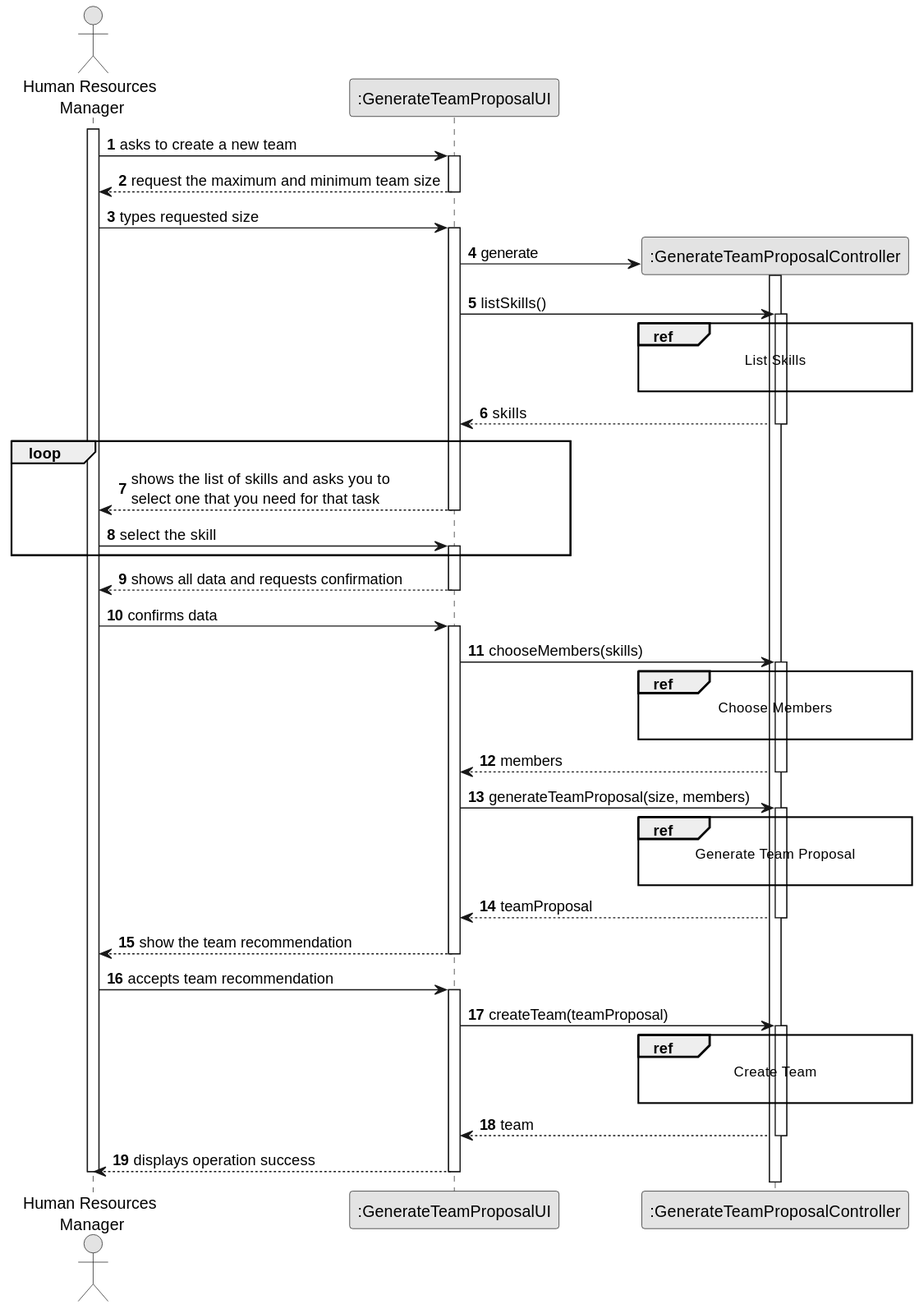
diogoveirospro/lei-24-s2-1dg-g072 keeps this PlantUML diagram as docs/sprintB/us005/03.design/svg/us005-sequence-diagram-split.svg. Above is the earlier version. Its diagram source:
```plantuml
@startuml
skinparam monochrome true
skinparam packageStyle rectangle
skinparam shadowing false

autonumber

actor "Human Resources\n Manager" as HRM
participant ":GenerateTeamProposalUI" as UI
participant ":GenerateTeamProposalController" as CTRL

activate HRM

    HRM -> UI : asks to create a new team
    activate UI

        UI --> HRM : request the maximum and minimum team size
    deactivate UI

    HRM -> UI : types requested size
    activate UI

        UI -> CTRL** : generate
        activate CTRL

        UI -> CTRL : listSkills()
        activate CTRL

            ref over CTRL
                List Skills

            end

            CTRL --> UI : skills
        deactivate CTRL

    loop
        UI --> HRM: shows the list of skills and asks you to \nselect one that you need for that task
    deactivate UI

    HRM -> UI: select the skill
    activate UI

    end

        UI --> HRM: shows all data and requests confirmation
    deactivate UI

    HRM -> UI: confirms data
    activate UI

        UI -> CTRL: chooseMembers(skills)
        activate CTRL

            ref over CTRL
                Choose Members

            end

            CTRL --> UI: members
        deactivate CTRL

        UI -> CTRL: generateTeamProposal(size, members)
        activate CTRL

            ref over CTRL
                Generate Team Proposal

            end

            CTRL --> UI: teamProposal
        deactivate CTRL

        UI --> HRM: show the team recommendation
    deactivate UI

    HRM -> UI: accepts team recommendation
    activate UI

        UI -> CTRL: createTeam(teamProposal)
        activate CTRL

            ref over CTRL
                Create Team

            end

            CTRL --> UI: team
        deactivate CTRL

        UI --> HRM: displays operation success
    deactivate UI

deactivate HRM
@enduml
```
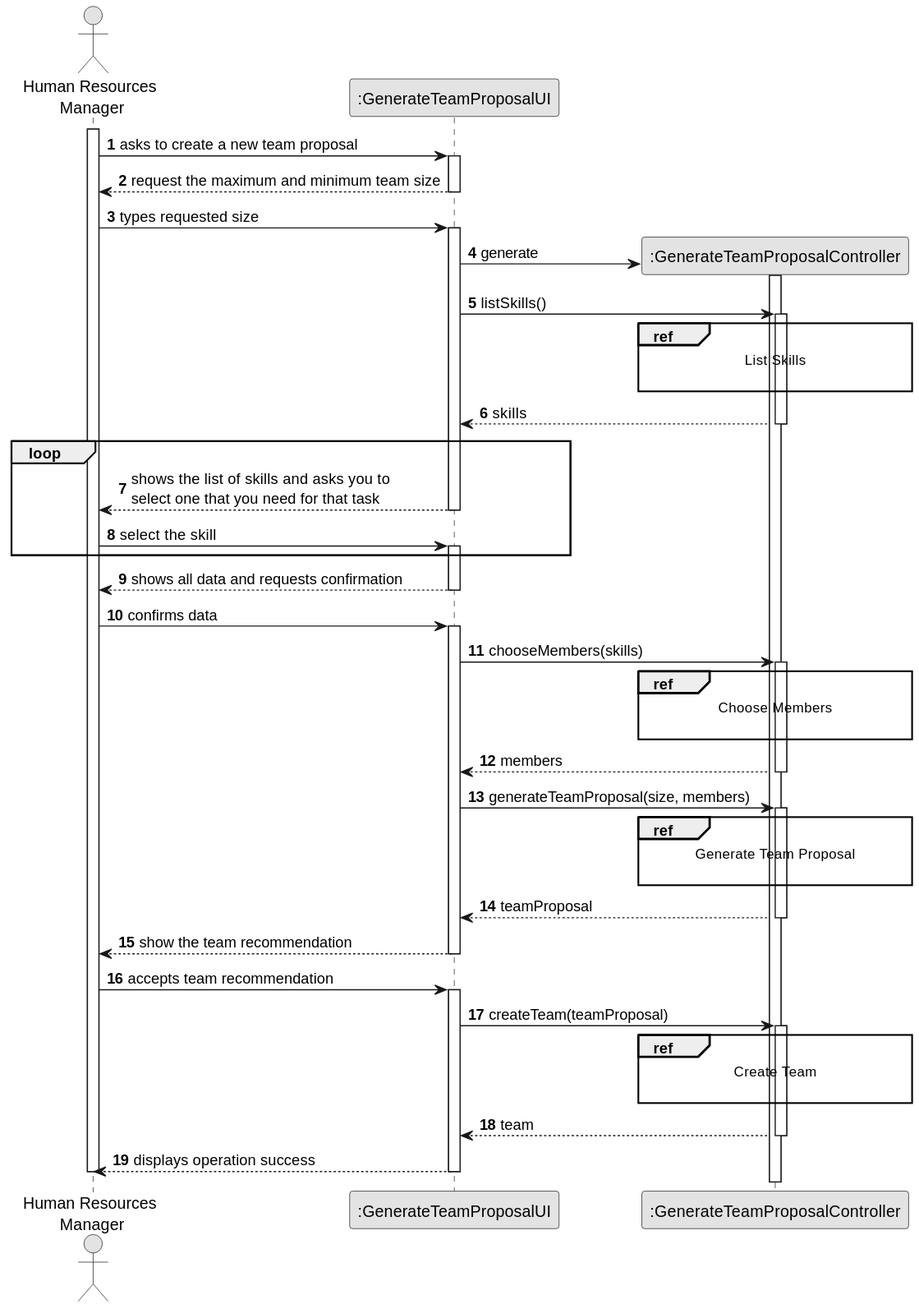
After the commit.

What changed in the source:
```diff
@@ -11,7 +11,7 @@
 
 activate HRM
 
-    HRM -> UI : asks to create a new team
+    HRM -> UI : asks to create a new team proposal
     activate UI
 
         UI --> HRM : request the maximum and minimum team size
```
